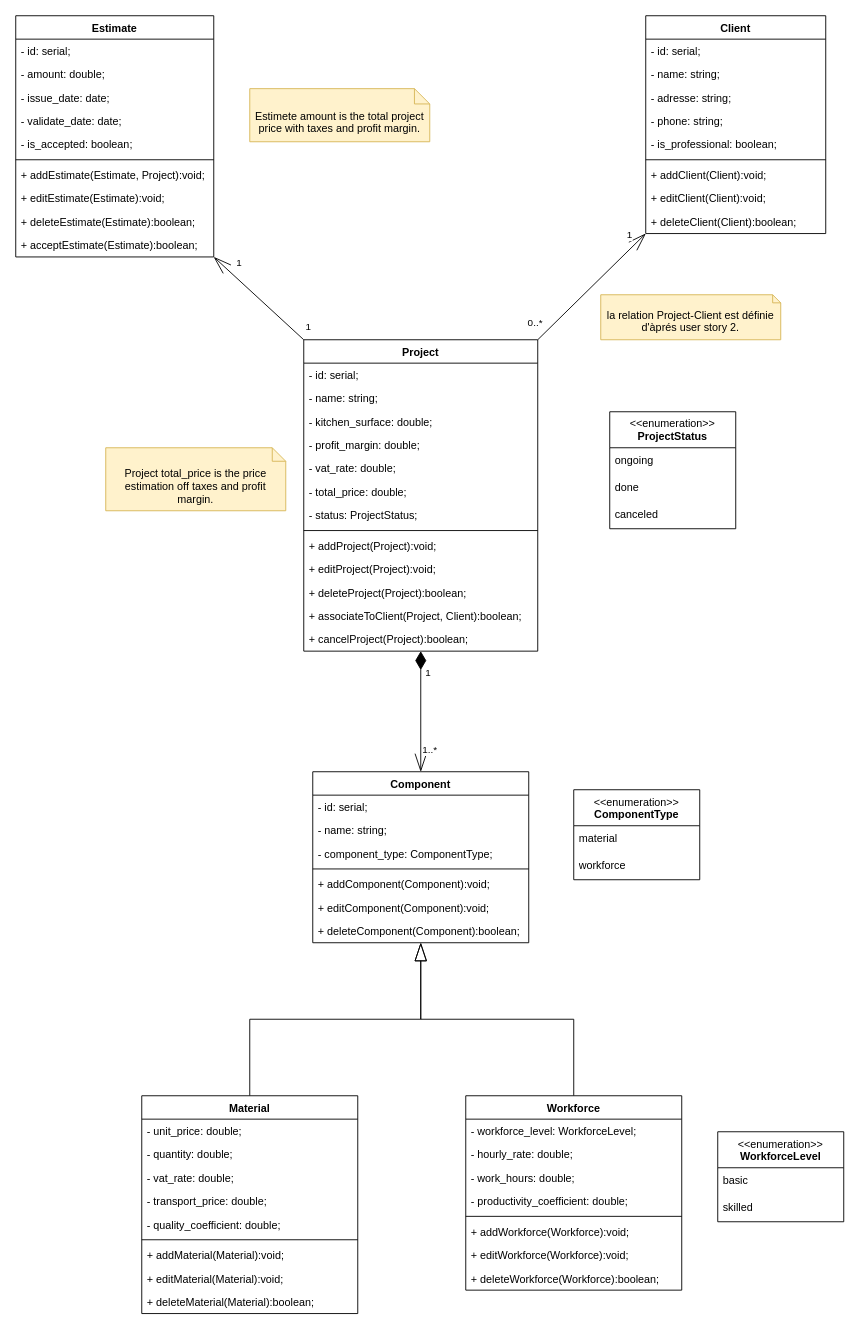
Above: BatiCuisine.drawio in berghach/BatiCuisine (draw.io), before the change. Source tidied: cells renumbered, new cells numbered last; positions are measured from the earlier drawing's top-left corner, leaving out a move shared by most shapes. Both pictures are drawn from the tidied source at 90%, with x=0, y=0 at pixel (15, 15).
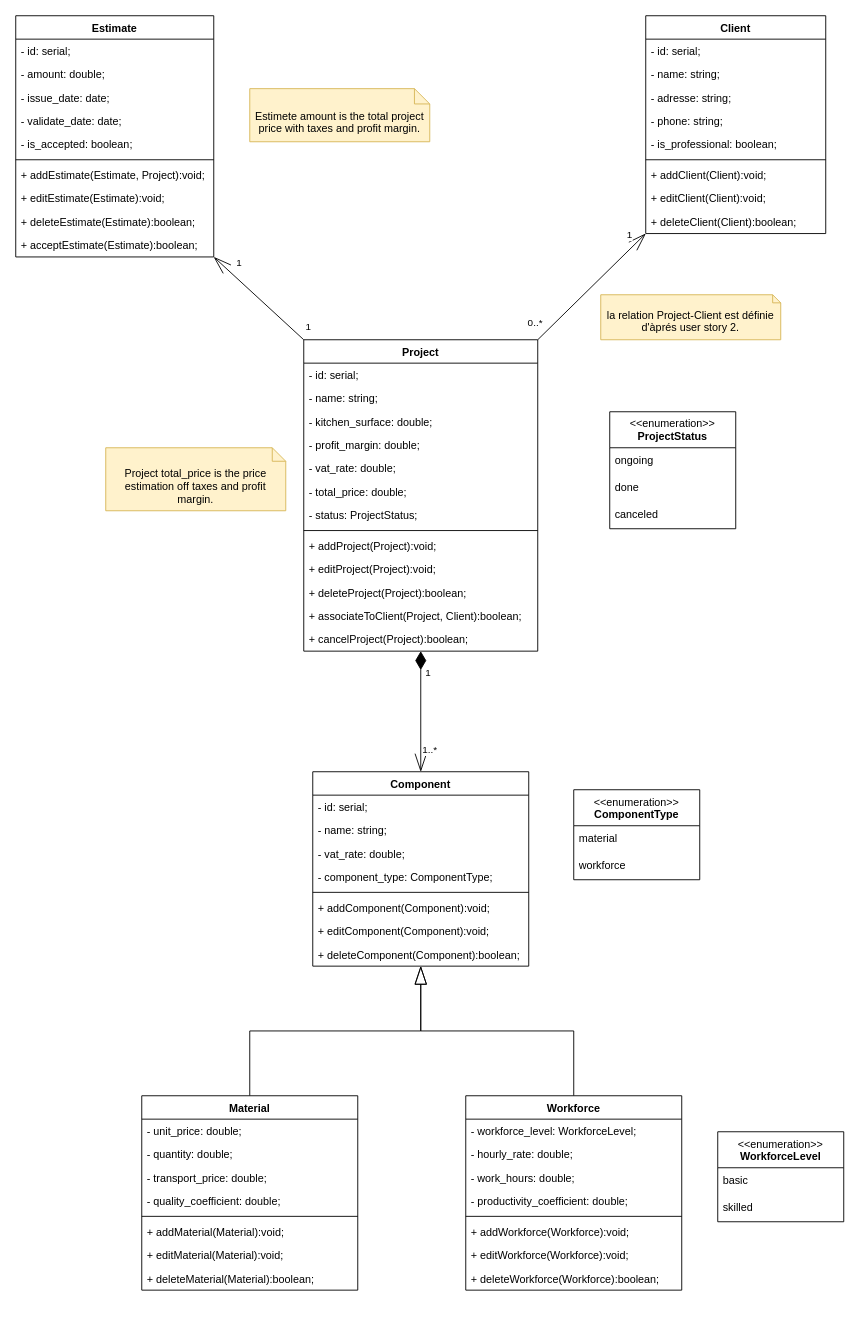
Above is the later version.

What changed in the source:
```diff
@@
     <mxCell id="22" value="&lt;span style=&quot;text-align: left;&quot;&gt;Component&lt;/span&gt;" style="swimlane;fontStyle=1;align=center;verticalAlign=top;horizontal=1;startSize=26;whiteSpace=wrap;html=1;" parent="1" vertex="1">
-      <mxGeometry x="330" y="840" width="240" height="190" as="geometry" />
+      <mxGeometry x="330" y="840" width="240" height="216" as="geometry" />
     </mxCell>
@@
+    <mxCell id="41" value="- vat_rate: double;" style="text;strokeColor=none;fillColor=none;align=left;verticalAlign=top;spacingLeft=4;spacingRight=4;overflow=hidden;whiteSpace=wrap;html=1;" parent="22" vertex="1">
+      <mxGeometry y="78" width="240" height="26" as="geometry" />
+    </mxCell>
     <mxCell id="25" value="- component_type: ComponentType;" style="text;strokeColor=none;fillColor=none;align=left;verticalAlign=top;spacingLeft=4;spacingRight=4;overflow=hidden;whiteSpace=wrap;html=1;" parent="22" vertex="1">
-      <mxGeometry y="78" width="240" height="26" as="geometry" />
+      <mxGeometry y="104" width="240" height="26" as="geometry" />
     </mxCell>
     <mxCell id="26" style="line;strokeWidth=1;fillColor=none;align=left;verticalAlign=middle;spacingTop=-1;spacingLeft=3;spacingRight=3;labelPosition=right;strokeColor=inherit;" parent="22" vertex="1">
-      <mxGeometry y="104" width="240" height="8" as="geometry" />
+      <mxGeometry y="130" width="240" height="8" as="geometry" />
     </mxCell>
     <mxCell id="27" value="+ addComponent(Component):void;" style="text;strokeColor=none;fillColor=none;align=left;verticalAlign=top;spacingLeft=4;spacingRight=4;overflow=hidden;whiteSpace=wrap;html=1;" parent="22" vertex="1">
-      <mxGeometry y="112" width="240" height="26" as="geometry" />
+      <mxGeometry y="138" width="240" height="26" as="geometry" />
     </mxCell>
     <mxCell id="28" value="+ editComponent(Component):void;" style="text;strokeColor=none;fillColor=none;align=left;verticalAlign=top;spacingLeft=4;spacingRight=4;overflow=hidden;whiteSpace=wrap;html=1;" parent="22" vertex="1">
-      <mxGeometry y="138" width="240" height="26" as="geometry" />
+      <mxGeometry y="164" width="240" height="26" as="geometry" />
     </mxCell>
     <mxCell id="29" value="+ deleteComponent(Component):boolean;" style="text;strokeColor=none;fillColor=none;align=left;verticalAlign=top;spacingLeft=4;spacingRight=4;overflow=hidden;whiteSpace=wrap;html=1;" parent="22" vertex="1">
-      <mxGeometry y="164" width="240" height="26" as="geometry" />
+      <mxGeometry y="190" width="240" height="26" as="geometry" />
     </mxCell>
@@
     <mxCell id="38" value="Material" style="swimlane;fontStyle=1;align=center;verticalAlign=top;horizontal=1;startSize=26;whiteSpace=wrap;html=1;" parent="1" vertex="1">
-      <mxGeometry x="140" y="1200" width="240" height="242" as="geometry" />
+      <mxGeometry x="140" y="1200" width="240" height="216" as="geometry" />
     </mxCell>
@@
-    <mxCell id="41" value="- vat_rate: double;" style="text;strokeColor=none;fillColor=none;align=left;verticalAlign=top;spacingLeft=4;spacingRight=4;overflow=hidden;whiteSpace=wrap;html=1;" parent="38" vertex="1">
-      <mxGeometry y="78" width="240" height="26" as="geometry" />
-    </mxCell>
     <mxCell id="42" value="- transport_price: double;" style="text;strokeColor=none;fillColor=none;align=left;verticalAlign=top;spacingLeft=4;spacingRight=4;overflow=hidden;whiteSpace=wrap;html=1;" parent="38" vertex="1">
-      <mxGeometry y="104" width="240" height="26" as="geometry" />
+      <mxGeometry y="78" width="240" height="26" as="geometry" />
     </mxCell>
     <mxCell id="43" value="- quality_coefficient: double;" style="text;strokeColor=none;fillColor=none;align=left;verticalAlign=top;spacingLeft=4;spacingRight=4;overflow=hidden;whiteSpace=wrap;html=1;" parent="38" vertex="1">
-      <mxGeometry y="130" width="240" height="26" as="geometry" />
+      <mxGeometry y="104" width="240" height="26" as="geometry" />
     </mxCell>
     <mxCell id="44" style="line;strokeWidth=1;fillColor=none;align=left;verticalAlign=middle;spacingTop=-1;spacingLeft=3;spacingRight=3;labelPosition=right;strokeColor=inherit;" parent="38" vertex="1">
-      <mxGeometry y="156" width="240" height="8" as="geometry" />
+      <mxGeometry y="130" width="240" height="8" as="geometry" />
     </mxCell>
     <mxCell id="45" value="+ add&lt;span style=&quot;text-align: center;&quot;&gt;Material&lt;/span&gt;(&lt;span style=&quot;text-align: center;&quot;&gt;Material&lt;/span&gt;):void;" style="text;strokeColor=none;fillColor=none;align=left;verticalAlign=top;spacingLeft=4;spacingRight=4;overflow=hidden;whiteSpace=wrap;html=1;" parent="38" vertex="1">
-      <mxGeometry y="164" width="240" height="26" as="geometry" />
+      <mxGeometry y="138" width="240" height="26" as="geometry" />
     </mxCell>
     <mxCell id="46" value="+ edit&lt;span style=&quot;text-align: center;&quot;&gt;Material&lt;/span&gt;(&lt;span style=&quot;text-align: center;&quot;&gt;Material&lt;/span&gt;):void;" style="text;strokeColor=none;fillColor=none;align=left;verticalAlign=top;spacingLeft=4;spacingRight=4;overflow=hidden;whiteSpace=wrap;html=1;" parent="38" vertex="1">
-      <mxGeometry y="190" width="240" height="26" as="geometry" />
+      <mxGeometry y="164" width="240" height="26" as="geometry" />
     </mxCell>
     <mxCell id="47" value="+ delete&lt;span style=&quot;text-align: center;&quot;&gt;Material&lt;/span&gt;(&lt;span style=&quot;text-align: center;&quot;&gt;Material&lt;/span&gt;):boolean;" style="text;strokeColor=none;fillColor=none;align=left;verticalAlign=top;spacingLeft=4;spacingRight=4;overflow=hidden;whiteSpace=wrap;html=1;" parent="38" vertex="1">
-      <mxGeometry y="216" width="240" height="26" as="geometry" />
+      <mxGeometry y="190" width="240" height="26" as="geometry" />
     </mxCell>
```
